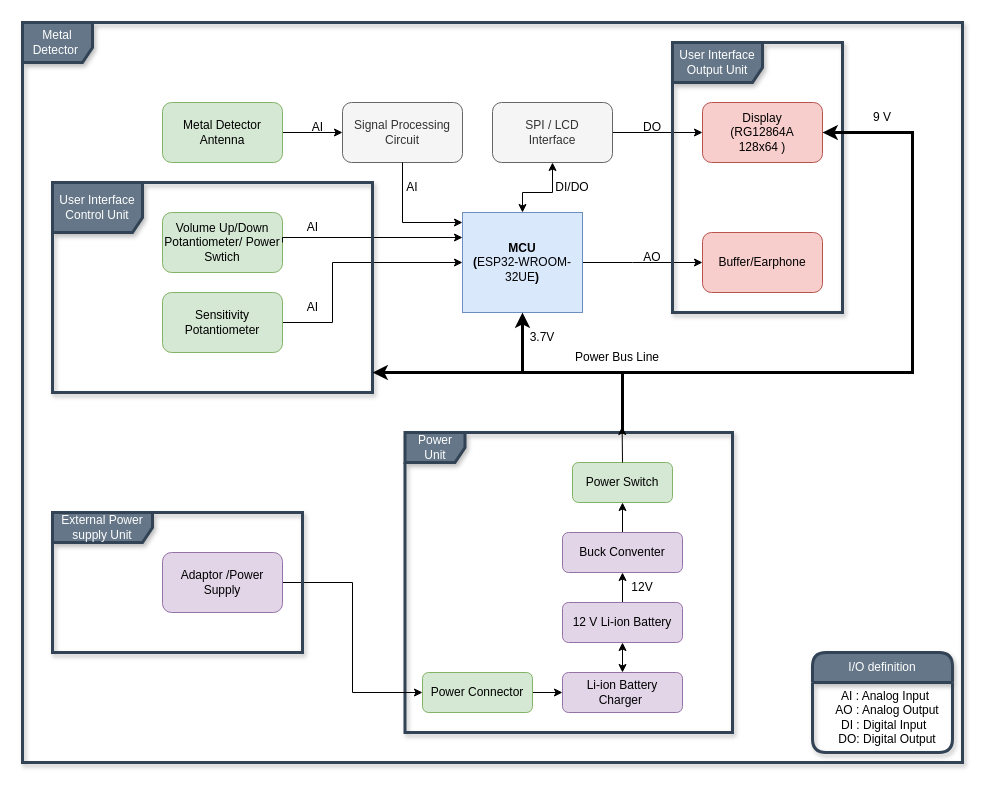
Above: Metal Dedektör.drawio in metevs09/Metal_Dedector (draw.io), before the change. Source tidied: cells renumbered, new cells numbered last; positions are measured from the earlier drawing's top-left corner, leaving out a move shared by most shapes. Both pictures are drawn from the tidied source at 100%, with x=0, y=0 at pixel (22, 22).
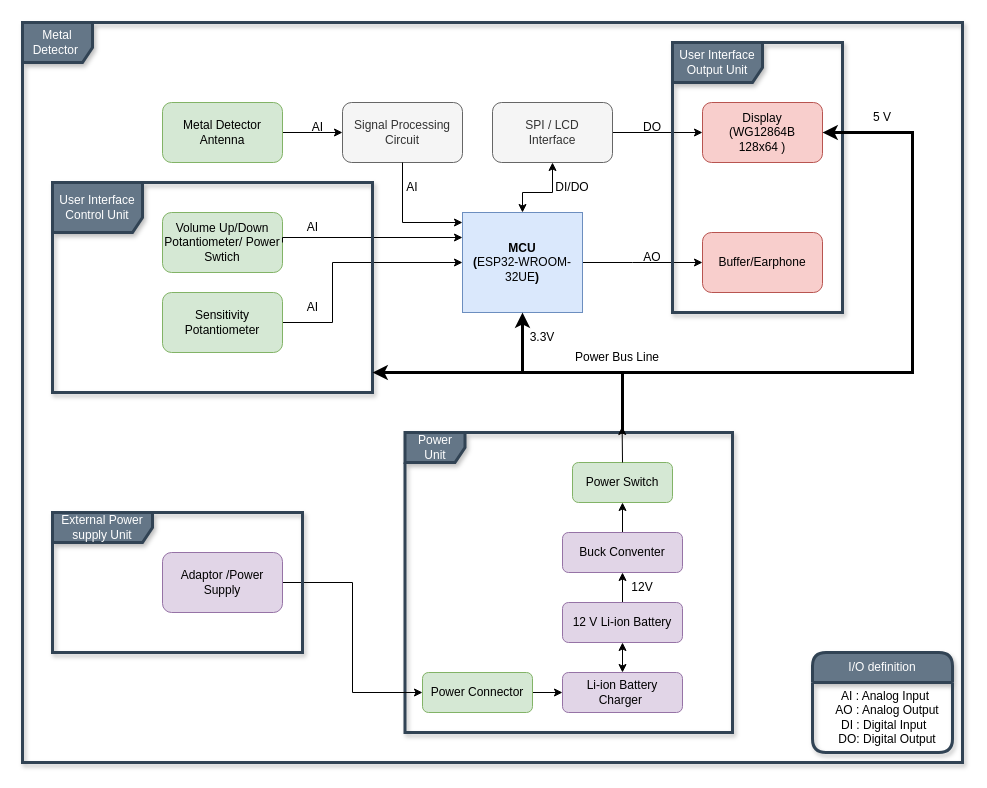
The same page after the edit.

Change to the diagram source:
```diff
@@
-    <mxCell id="7" value="Display&lt;br&gt;(RG12864A&lt;br&gt;128x64 )" style="rounded=1;whiteSpace=wrap;html=1;fillColor=#f8cecc;strokeColor=#b85450;" parent="1" vertex="1">
+    <mxCell id="7" value="Display&lt;br&gt;(WG12864B&lt;br&gt;128x64 )" style="rounded=1;whiteSpace=wrap;html=1;fillColor=#f8cecc;strokeColor=#b85450;" parent="1" vertex="1">
       <mxGeometry x="680" y="80" width="120" height="60" as="geometry" />
     </mxCell>
@@
-    <mxCell id="48" value="3.7V" style="text;html=1;strokeColor=none;fillColor=none;align=center;verticalAlign=middle;whiteSpace=wrap;rounded=0;" parent="1" vertex="1">
+    <mxCell id="48" value="3.3V" style="text;html=1;strokeColor=none;fillColor=none;align=center;verticalAlign=middle;whiteSpace=wrap;rounded=0;" parent="1" vertex="1">
       <mxGeometry x="490" y="300" width="60" height="30" as="geometry" />
     </mxCell>
-    <mxCell id="49" value="9&amp;nbsp;V" style="text;html=1;strokeColor=none;fillColor=none;align=center;verticalAlign=middle;whiteSpace=wrap;rounded=0;" parent="1" vertex="1">
+    <mxCell id="49" value="5 V" style="text;html=1;strokeColor=none;fillColor=none;align=center;verticalAlign=middle;whiteSpace=wrap;rounded=0;" parent="1" vertex="1">
       <mxGeometry x="830" y="80" width="60" height="30" as="geometry" />
     </mxCell>
```
